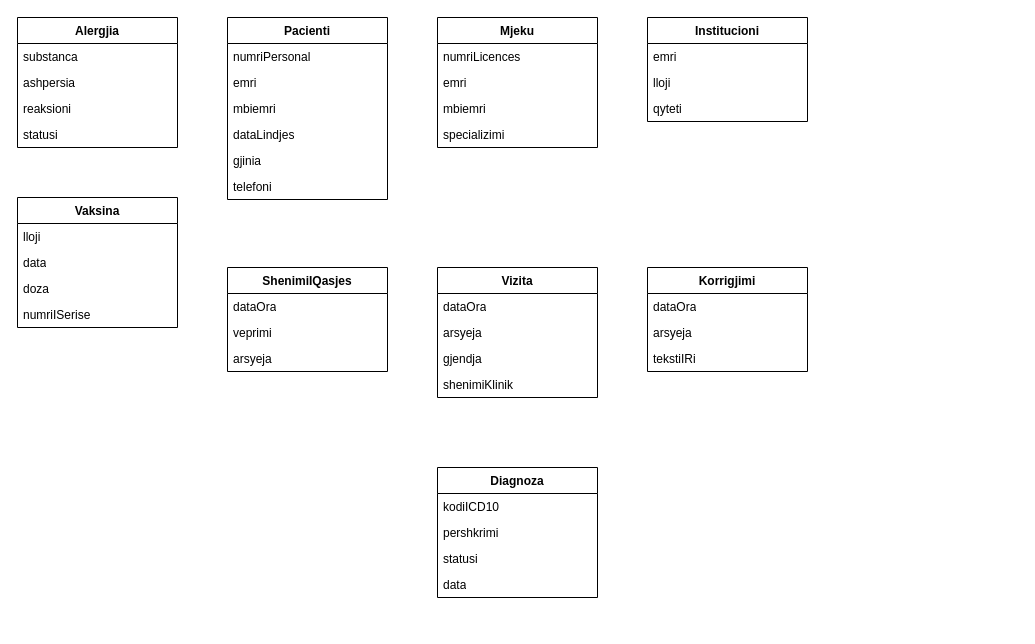
This is docs/ModeliKonceptual.drawio from blendaarama/eKartela, a draw.io file, before an edit. Source tidied: cells renumbered, new cells numbered last; positions are measured from the earlier drawing's top-left corner, leaving out a move shared by most shapes. Both pictures are drawn from the tidied source at 100%, with x=0, y=0 at pixel (17, 17).
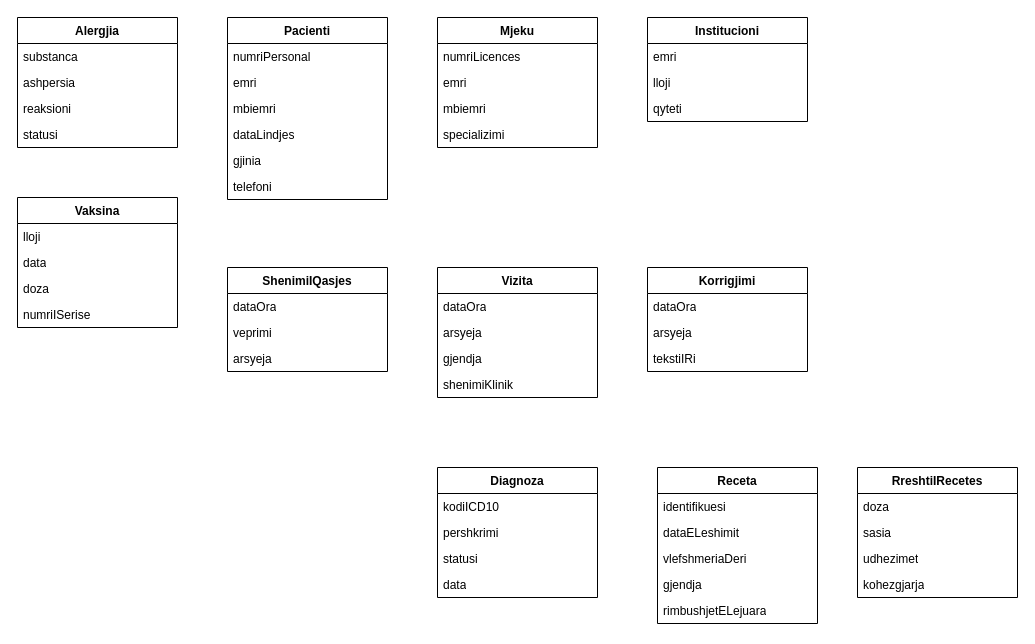
The same diagram, later.

Commit message (it also covers changes not shown here):
Klasa Receta dhe RreshtiIRecetes

Change to the diagram source:
```diff
@@
+    <mxCell id="46" value="Receta" style="swimlane;fontStyle=1;align=center;verticalAlign=top;horizontal=1;startSize=26;whiteSpace=wrap;html=1;" parent="1" vertex="1">
+      <mxGeometry x="640" y="450" width="160" height="156" as="geometry" />
+    </mxCell>
+    <mxCell id="47" value="identifikuesi" style="text;strokeColor=none;fillColor=none;align=left;verticalAlign=top;spacingLeft=4;spacingRight=4;overflow=hidden;whiteSpace=wrap;html=1;" parent="46" vertex="1">
+      <mxGeometry y="26" width="160" height="26" as="geometry" />
+    </mxCell>
+    <mxCell id="48" value="dataELeshimit" style="text;strokeColor=none;fillColor=none;align=left;verticalAlign=top;spacingLeft=4;spacingRight=4;overflow=hidden;whiteSpace=wrap;html=1;" parent="46" vertex="1">
+      <mxGeometry y="52" width="160" height="26" as="geometry" />
+    </mxCell>
+    <mxCell id="49" value="vlefshmeriaDeri" style="text;strokeColor=none;fillColor=none;align=left;verticalAlign=top;spacingLeft=4;spacingRight=4;overflow=hidden;whiteSpace=wrap;html=1;" parent="46" vertex="1">
+      <mxGeometry y="78" width="160" height="26" as="geometry" />
+    </mxCell>
+    <mxCell id="50" value="gjendja" style="text;strokeColor=none;fillColor=none;align=left;verticalAlign=top;spacingLeft=4;spacingRight=4;overflow=hidden;whiteSpace=wrap;html=1;" parent="46" vertex="1">
+      <mxGeometry y="104" width="160" height="26" as="geometry" />
+    </mxCell>
+    <mxCell id="51" value="rimbushjetELejuara" style="text;strokeColor=none;fillColor=none;align=left;verticalAlign=top;spacingLeft=4;spacingRight=4;overflow=hidden;whiteSpace=wrap;html=1;" parent="46" vertex="1">
+      <mxGeometry y="130" width="160" height="26" as="geometry" />
+    </mxCell>
+    <mxCell id="52" value="RreshtiIRecetes" style="swimlane;fontStyle=1;align=center;verticalAlign=top;horizontal=1;startSize=26;whiteSpace=wrap;html=1;" parent="1" vertex="1">
+      <mxGeometry x="840" y="450" width="160" height="130" as="geometry" />
+    </mxCell>
+    <mxCell id="53" value="doza" style="text;strokeColor=none;fillColor=none;align=left;verticalAlign=top;spacingLeft=4;spacingRight=4;overflow=hidden;whiteSpace=wrap;html=1;" parent="52" vertex="1">
+      <mxGeometry y="26" width="160" height="26" as="geometry" />
+    </mxCell>
+    <mxCell id="54" value="sasia" style="text;strokeColor=none;fillColor=none;align=left;verticalAlign=top;spacingLeft=4;spacingRight=4;overflow=hidden;whiteSpace=wrap;html=1;" parent="52" vertex="1">
+      <mxGeometry y="52" width="160" height="26" as="geometry" />
+    </mxCell>
+    <mxCell id="55" value="udhezimet" style="text;strokeColor=none;fillColor=none;align=left;verticalAlign=top;spacingLeft=4;spacingRight=4;overflow=hidden;whiteSpace=wrap;html=1;" parent="52" vertex="1">
+      <mxGeometry y="78" width="160" height="26" as="geometry" />
+    </mxCell>
+    <mxCell id="56" value="kohezgjarja" style="text;strokeColor=none;fillColor=none;align=left;verticalAlign=top;spacingLeft=4;spacingRight=4;overflow=hidden;whiteSpace=wrap;html=1;" parent="52" vertex="1">
+      <mxGeometry y="104" width="160" height="26" as="geometry" />
+    </mxCell>
```
